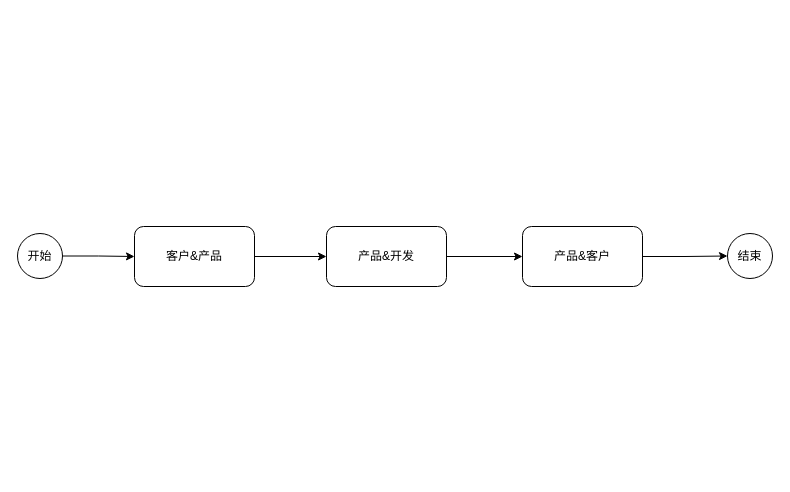
Before: 大众项目流程.drawio in ammengke/my-drawio, a draw.io diagram. Source tidied: cells renumbered, new cells numbered last; positions are measured from the earlier drawing's top-left corner, leaving out a move shared by most shapes. Both pictures are drawn from the tidied source at 100%, with x=0, y=0 at pixel (17, 226).
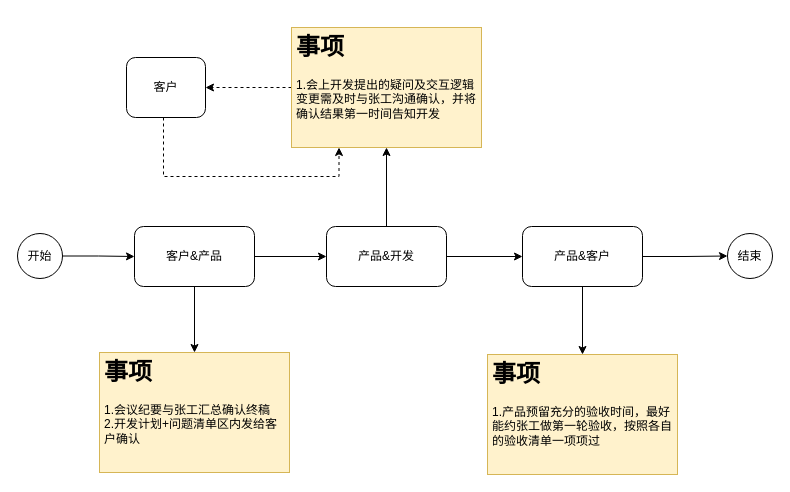
Above is the later version.

Commit message (it also covers changes not shown here):
更新大众项目流程.drawio

The change refers to these unchanged cells:
```xml
<mxCell id="6" value="客户&amp;amp;产品" style="rounded=1;whiteSpace=wrap;html=1;" parent="1" vertex="1">
  <mxGeometry x="117" width="120" height="60" as="geometry" />
</mxCell>
<mxCell id="8" value="产品&amp;amp;开发" style="rounded=1;whiteSpace=wrap;html=1;" parent="1" vertex="1">
  <mxGeometry x="309" width="120" height="60" as="geometry" />
</mxCell>
<mxCell id="10" value="产品&amp;amp;客户" style="rounded=1;whiteSpace=wrap;html=1;" parent="1" vertex="1">
  <mxGeometry x="505" width="120" height="60" as="geometry" />
</mxCell>
```

What changed in the source:
```diff
@@
+    <mxCell id="11" style="edgeStyle=orthogonalEdgeStyle;rounded=0;jettySize=auto;html=1;entryX=0.5;entryY=0;entryDx=0;entryDy=0;" parent="1" edge="1" source="6" target="14">
+      <mxGeometry relative="1" as="geometry" />
+    </mxCell>
@@
+    <mxCell id="12" style="edgeStyle=orthogonalEdgeStyle;rounded=0;jettySize=auto;html=1;entryX=0.5;entryY=1;entryDx=0;entryDy=0;" parent="1" edge="1" source="8" target="16">
+      <mxGeometry relative="1" as="geometry" />
+    </mxCell>
@@
+    <mxCell id="13" style="edgeStyle=orthogonalEdgeStyle;rounded=0;jettySize=auto;html=1;entryX=0.5;entryY=0;entryDx=0;entryDy=0;" parent="1" edge="1" source="10" target="19">
+      <mxGeometry relative="1" as="geometry" />
+    </mxCell>
@@
+    <mxCell id="14" value="&lt;h1&gt;事项&lt;/h1&gt;&lt;p&gt;1.会议纪要与张工汇总确认终稿&lt;br style=&quot;border-color: var(--border-color); text-align: center;&quot;&gt;&lt;span style=&quot;text-align: center;&quot;&gt;2.开发计划+问题清单区内发给客户确认&lt;/span&gt;&lt;br&gt;&lt;/p&gt;" style="text;html=1;strokeColor=#d6b656;fillColor=#fff2cc;spacing=5;spacingTop=-20;whiteSpace=wrap;overflow=hidden;rounded=0;" parent="1" vertex="1">
+      <mxGeometry x="82" y="126" width="190" height="120" as="geometry" />
+    </mxCell>
+    <mxCell id="15" style="edgeStyle=orthogonalEdgeStyle;rounded=0;jettySize=auto;html=1;entryX=1;entryY=0.5;entryDx=0;entryDy=0;dashed=1;" parent="1" edge="1" source="16" target="18">
+      <mxGeometry relative="1" as="geometry" />
+    </mxCell>
+    <mxCell id="16" value="&lt;h1&gt;事项&lt;/h1&gt;&lt;div&gt;1.会上开发提出的疑问及交互逻辑变更需及时与张工沟通确认，并将确认结果第一时间告知开发&lt;/div&gt;&lt;p&gt;&lt;/p&gt;" style="text;html=1;strokeColor=#d6b656;fillColor=#fff2cc;spacing=5;spacingTop=-20;whiteSpace=wrap;overflow=hidden;rounded=0;" parent="1" vertex="1">
+      <mxGeometry x="274" y="-199" width="190" height="120" as="geometry" />
+    </mxCell>
+    <mxCell id="17" style="edgeStyle=orthogonalEdgeStyle;rounded=0;jettySize=auto;html=1;entryX=0.25;entryY=1;entryDx=0;entryDy=0;dashed=1;" parent="1" edge="1" source="18" target="16">
+      <mxGeometry relative="1" as="geometry">
+        <Array as="points">
+          <mxPoint x="146" y="-50" />
+          <mxPoint x="322" y="-50" />
+        </Array>
+      </mxGeometry>
+    </mxCell>
+    <mxCell id="18" value="客户" style="rounded=1;whiteSpace=wrap;html=1;" parent="1" vertex="1">
+      <mxGeometry x="109" y="-169" width="79" height="60" as="geometry" />
+    </mxCell>
+    <mxCell id="19" value="&lt;h1&gt;事项&lt;/h1&gt;&lt;p&gt;1.产品预留充分的验收时间，最好能约张工做第一轮验收，按照各自的验收清单一项项过&lt;br&gt;&lt;/p&gt;" style="text;html=1;strokeColor=#d6b656;fillColor=#fff2cc;spacing=5;spacingTop=-20;whiteSpace=wrap;overflow=hidden;rounded=0;" parent="1" vertex="1">
+      <mxGeometry x="470" y="128" width="190" height="120" as="geometry" />
+    </mxCell>
```
